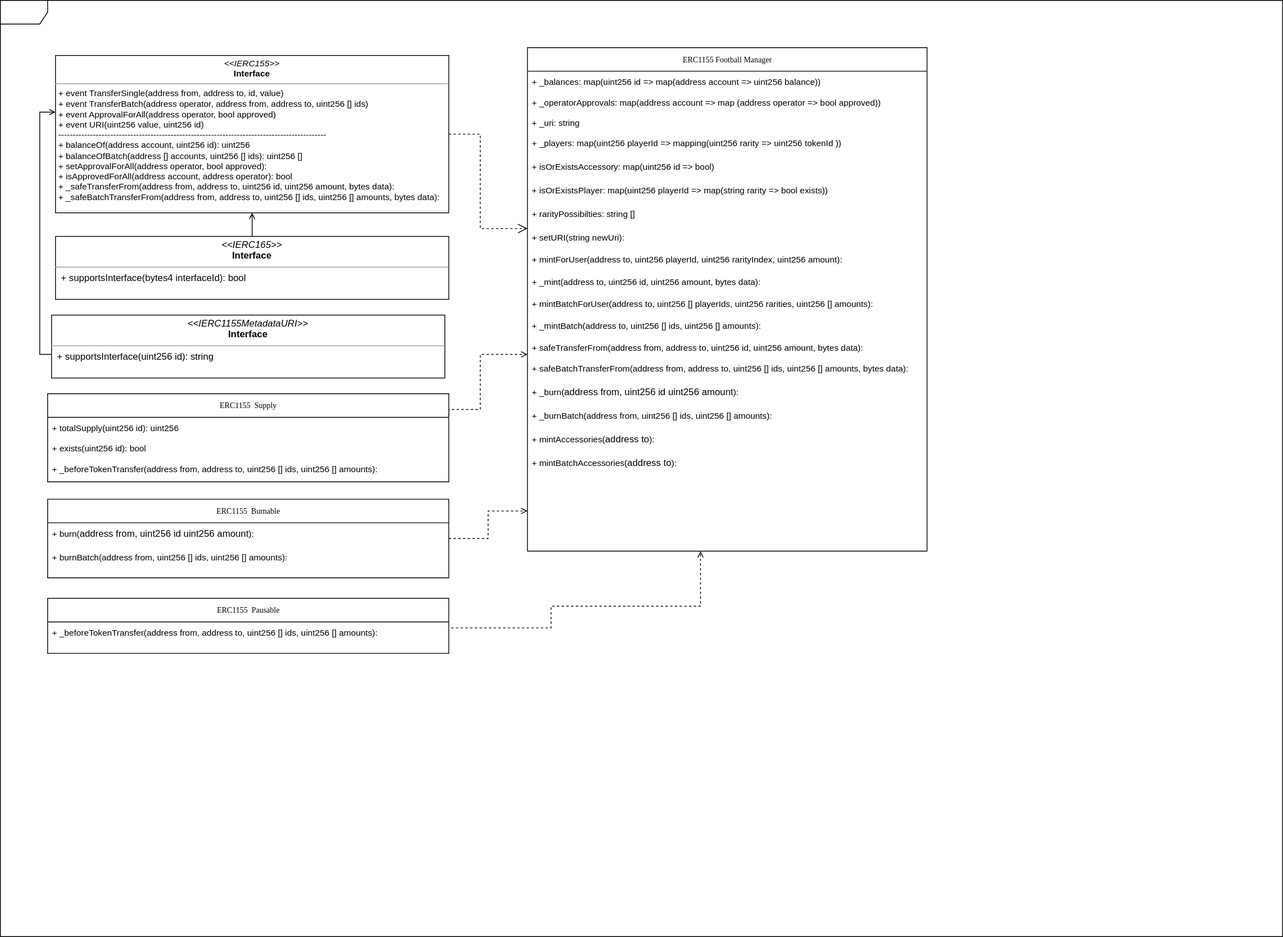
This is diagrams/ERC1155.drawio.svg from RasenGUY/smartDev, a draw.io export, as it was before one commit. Source tidied: cells renumbered, new cells last; positions are measured from the earlier drawing's top-left corner, leaving out a move shared by most shapes.
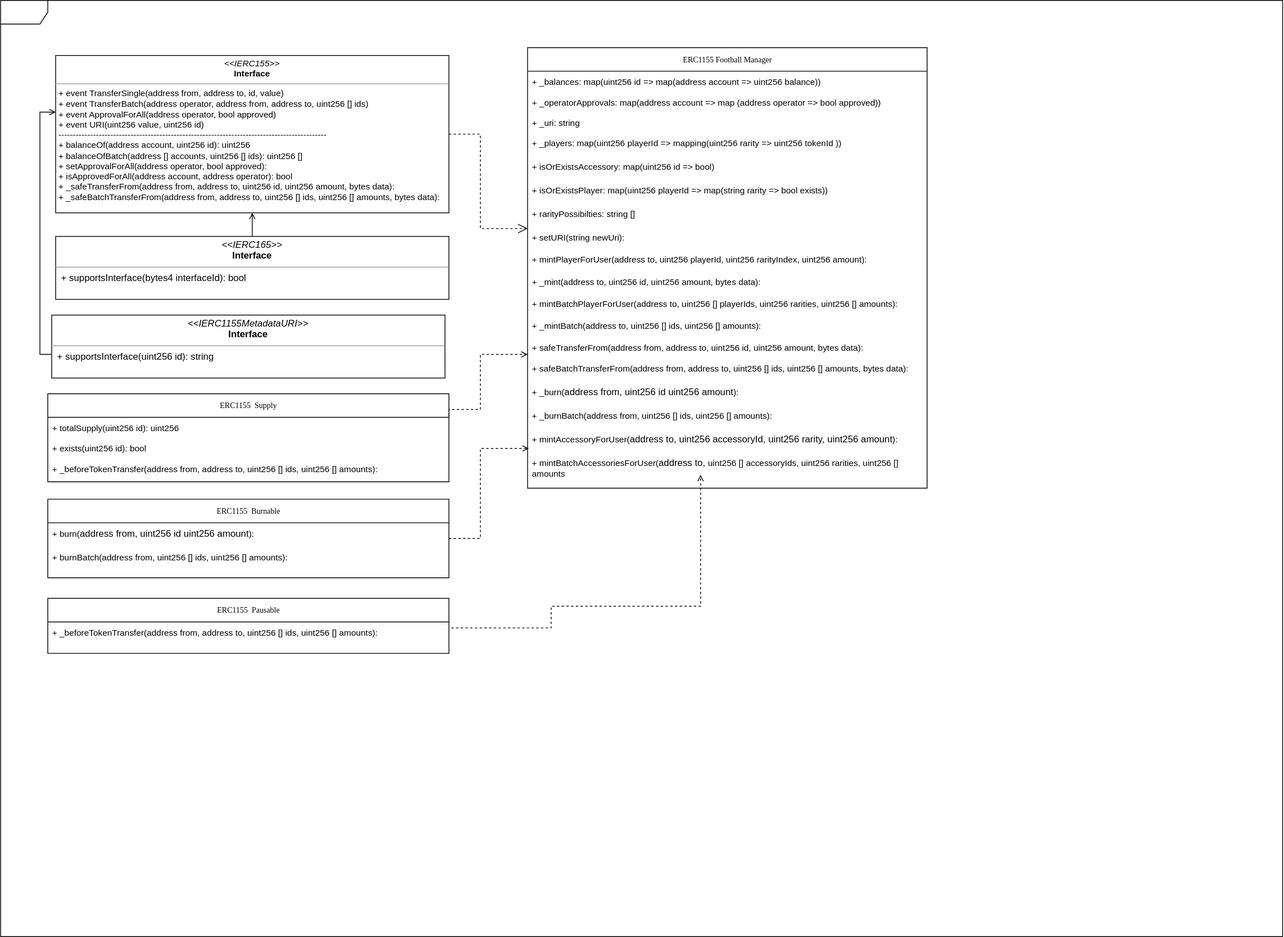
The same file after the commit.

Change to the diagram source:
```diff
@@ -6,7 +6,7 @@
       <mxGeometry width="1630" height="1190" as="geometry" />
     </mxCell>
     <mxCell id="3" value="ERC1155 Football Manager" style="swimlane;html=1;fontStyle=0;horizontal=1;startSize=30;fillColor=none;swimlaneFillColor=#ffffff;rounded=0;shadow=0;comic=0;labelBackgroundColor=none;strokeWidth=1;fontFamily=Verdana;fontSize=10;align=center;" parent="1" vertex="1">
-      <mxGeometry x="670" y="60" width="508" height="640" as="geometry" />
+      <mxGeometry x="670" y="60" width="508" height="560" as="geometry" />
     </mxCell>
     <mxCell id="4" value="&lt;font style=&quot;font-size: 11px&quot;&gt;+ _balances: map(uint256 id =&amp;gt; map(address account =&amp;gt; uint256 balance))&lt;/font&gt;" style="text;html=1;strokeColor=none;fillColor=none;align=left;verticalAlign=top;spacingLeft=4;spacingRight=4;whiteSpace=wrap;overflow=hidden;" parent="3" vertex="1">
       <mxGeometry y="30" width="508" height="26" as="geometry" />
@@ -32,13 +32,13 @@
     <mxCell id="11" value="&lt;font style=&quot;font-size: 11px&quot;&gt;+ setURI(string newUri):&amp;nbsp;&amp;nbsp;&lt;/font&gt;" style="text;html=1;align=left;verticalAlign=top;spacingLeft=4;spacingRight=4;whiteSpace=wrap;overflow=hidden;" parent="3" vertex="1">
       <mxGeometry y="228" width="508" height="28" as="geometry" />
     </mxCell>
-    <mxCell id="12" value="&lt;span style=&quot;font-size: 11px&quot;&gt;+ mintForUser(address to, uint256 playerId, uint256 rarityIndex, uint256 amount):&amp;nbsp;&amp;nbsp;&lt;/span&gt;" style="text;html=1;align=left;verticalAlign=top;spacingLeft=4;spacingRight=4;whiteSpace=wrap;overflow=hidden;" parent="3" vertex="1">
+    <mxCell id="12" value="&lt;span style=&quot;font-size: 11px&quot;&gt;+ mintPlayerForUser(address to, uint256 playerId, uint256 rarityIndex, uint256 amount):&amp;nbsp;&amp;nbsp;&lt;/span&gt;" style="text;html=1;align=left;verticalAlign=top;spacingLeft=4;spacingRight=4;whiteSpace=wrap;overflow=hidden;" parent="3" vertex="1">
       <mxGeometry y="256" width="508" height="28" as="geometry" />
     </mxCell>
     <mxCell id="13" value="&lt;span style=&quot;font-size: 11px&quot;&gt;+ _mint(address to, uint256 id, uint256 amount, bytes data):&amp;nbsp;&amp;nbsp;&lt;/span&gt;" style="text;html=1;align=left;verticalAlign=top;spacingLeft=4;spacingRight=4;whiteSpace=wrap;overflow=hidden;" parent="3" vertex="1">
       <mxGeometry y="284" width="508" height="28" as="geometry" />
     </mxCell>
-    <mxCell id="14" value="&lt;font style=&quot;font-size: 11px&quot;&gt;+ mintBatchForUser(address to, uint256 [] playerIds, uint256 rarities, uint256 [] amounts):&amp;nbsp;&amp;nbsp;&lt;/font&gt;" style="text;html=1;strokeColor=none;fillColor=none;align=left;verticalAlign=top;spacingLeft=4;spacingRight=4;whiteSpace=wrap;overflow=hidden;" parent="3" vertex="1">
+    <mxCell id="14" value="&lt;font style=&quot;font-size: 11px&quot;&gt;+ mintBatchPlayerForUser(address to, uint256 [] playerIds, uint256 rarities, uint256 [] amounts):&amp;nbsp;&amp;nbsp;&lt;/font&gt;" style="text;html=1;strokeColor=none;fillColor=none;align=left;verticalAlign=top;spacingLeft=4;spacingRight=4;whiteSpace=wrap;overflow=hidden;" parent="3" vertex="1">
       <mxGeometry y="312" width="508" height="28" as="geometry" />
     </mxCell>
     <mxCell id="15" value="&lt;font style=&quot;font-size: 11px&quot;&gt;+ _mintBatch(address to, uint256 [] ids, uint256 [] amounts):&amp;nbsp;&amp;nbsp;&lt;/font&gt;" style="text;html=1;strokeColor=none;fillColor=none;align=left;verticalAlign=top;spacingLeft=4;spacingRight=4;whiteSpace=wrap;overflow=hidden;" parent="3" vertex="1">
@@ -56,10 +56,10 @@
     <mxCell id="19" value="&lt;span style=&quot;font-family: &amp;#34;helvetica&amp;#34; ; font-size: 11px&quot;&gt;+ _burnBatch(address from, uint256 [] ids, uint256 [] amounts):&lt;/span&gt;" style="text;html=1;strokeColor=none;fillColor=none;align=left;verticalAlign=top;spacingLeft=4;spacingRight=4;whiteSpace=wrap;overflow=hidden;" parent="3" vertex="1">
       <mxGeometry y="454" width="508" height="30" as="geometry" />
     </mxCell>
-    <mxCell id="20" value="&lt;span style=&quot;font-family: &amp;#34;helvetica&amp;#34; ; font-size: 11px&quot;&gt;+ mintAccessories(&lt;/span&gt;&lt;span&gt;address to&lt;/span&gt;&lt;span style=&quot;font-family: &amp;#34;helvetica&amp;#34; ; font-size: 11px&quot;&gt;):&lt;/span&gt;" style="text;html=1;strokeColor=none;fillColor=none;align=left;verticalAlign=top;spacingLeft=4;spacingRight=4;whiteSpace=wrap;overflow=hidden;points=[[0,0.5],[1,0.5]];portConstraint=eastwest;" parent="3" vertex="1">
+    <mxCell id="20" value="&lt;span style=&quot;font-family: &amp;#34;helvetica&amp;#34; ; font-size: 11px&quot;&gt;+ mintAccessoryForUser(&lt;/span&gt;&lt;span&gt;address to, uint256 accessoryId, uint256 rarity, uint256 amount&lt;/span&gt;&lt;span style=&quot;font-family: &amp;#34;helvetica&amp;#34; ; font-size: 11px&quot;&gt;):&lt;/span&gt;" style="text;html=1;strokeColor=none;fillColor=none;align=left;verticalAlign=top;spacingLeft=4;spacingRight=4;whiteSpace=wrap;overflow=hidden;points=[[0,0.5],[1,0.5]];portConstraint=eastwest;" parent="3" vertex="1">
       <mxGeometry y="484" width="508" height="30" as="geometry" />
     </mxCell>
-    <mxCell id="21" value="&lt;span style=&quot;font-family: &amp;#34;helvetica&amp;#34; ; font-size: 11px&quot;&gt;+ mintBatchAccessories(&lt;/span&gt;&lt;span&gt;address to&lt;/span&gt;&lt;span style=&quot;font-family: &amp;#34;helvetica&amp;#34; ; font-size: 11px&quot;&gt;):&lt;/span&gt;" style="text;html=1;strokeColor=none;fillColor=none;align=left;verticalAlign=top;spacingLeft=4;spacingRight=4;whiteSpace=wrap;overflow=hidden;points=[[0,0.5],[1,0.5]];portConstraint=eastwest;" parent="3" vertex="1">
+    <mxCell id="21" value="&lt;span style=&quot;font-family: &amp;#34;helvetica&amp;#34; ; font-size: 11px&quot;&gt;+ mintBatchAccessoriesForUser(&lt;/span&gt;&lt;span&gt;address to,&amp;nbsp;&lt;/span&gt;&lt;span style=&quot;font-size: 11px&quot;&gt;uint256 [] accessoryIds, uint256 rarities, uint256 [] amounts&lt;/span&gt;&lt;span&gt;&lt;br&gt;&lt;/span&gt;&lt;span style=&quot;font-family: &amp;#34;helvetica&amp;#34; ; font-size: 11px&quot;&gt;):&lt;/span&gt;" style="text;html=1;strokeColor=none;fillColor=none;align=left;verticalAlign=top;spacingLeft=4;spacingRight=4;whiteSpace=wrap;overflow=hidden;points=[[0,0.5],[1,0.5]];portConstraint=eastwest;" parent="3" vertex="1">
       <mxGeometry y="514" width="508" height="30" as="geometry" />
     </mxCell>
     <mxCell id="22" style="edgeStyle=orthogonalEdgeStyle;rounded=0;html=1;labelBackgroundColor=none;startFill=0;endArrow=open;endFill=0;endSize=10;fontFamily=Verdana;fontSize=10;dashed=1;" parent="1" edge="1" source="23" target="3">
@@ -102,9 +102,12 @@
     <mxCell id="31" value="&lt;span style=&quot;font-family: &amp;#34;helvetica&amp;#34; ; font-size: 11px&quot;&gt;+ _beforeTokenTransfer(address from, address to, uint256 [] ids, uint256 [] amounts):&lt;/span&gt;" style="text;html=1;strokeColor=none;fillColor=none;align=left;verticalAlign=top;spacingLeft=4;spacingRight=4;whiteSpace=wrap;overflow=hidden;" parent="28" vertex="1">
       <mxGeometry y="82" width="510" height="30" as="geometry" />
     </mxCell>
-    <mxCell id="32" style="edgeStyle=orthogonalEdgeStyle;rounded=0;jettySize=auto;html=1;entryX=0;entryY=0.5;entryDx=0;entryDy=0;dashed=1;endArrow=open;endFill=0;" parent="1" edge="1" source="33">
+    <mxCell id="32" style="edgeStyle=orthogonalEdgeStyle;rounded=0;jettySize=auto;html=1;entryX=0.003;entryY=0.85;entryDx=0;entryDy=0;dashed=1;endArrow=open;endFill=0;entryPerimeter=0;" parent="1" edge="1" source="33" target="20">
       <mxGeometry relative="1" as="geometry">
-        <mxPoint x="670" y="649" as="targetPoint" />
+        <Array as="points">
+          <mxPoint x="610" y="684" />
+          <mxPoint x="610" y="570" />
+        </Array>
       </mxGeometry>
     </mxCell>
     <mxCell id="33" value="ERC1155&amp;nbsp; Burnable" style="swimlane;html=1;fontStyle=0;horizontal=1;startSize=30;fillColor=none;swimlaneFillColor=#ffffff;rounded=0;shadow=0;comic=0;labelBackgroundColor=none;strokeWidth=1;fontFamily=Verdana;fontSize=10;align=center;" parent="1" vertex="1">
@@ -116,13 +119,13 @@
     <mxCell id="35" value="&lt;span style=&quot;font-family: &amp;#34;helvetica&amp;#34; ; font-size: 11px&quot;&gt;+ burnBatch(address from, uint256 [] ids, uint256 [] amounts):&lt;/span&gt;" style="text;html=1;strokeColor=none;fillColor=none;align=left;verticalAlign=top;spacingLeft=4;spacingRight=4;whiteSpace=wrap;overflow=hidden;" parent="33" vertex="1">
       <mxGeometry y="60" width="510" height="30" as="geometry" />
     </mxCell>
-    <mxCell id="36" style="edgeStyle=orthogonalEdgeStyle;rounded=0;jettySize=auto;html=1;dashed=1;endArrow=open;endFill=0;exitX=1.006;exitY=0.255;exitDx=0;exitDy=0;exitPerimeter=0;" parent="1" edge="1" source="38">
+    <mxCell id="36" style="edgeStyle=orthogonalEdgeStyle;rounded=0;jettySize=auto;html=1;dashed=1;endArrow=open;endFill=0;exitX=1.006;exitY=0.255;exitDx=0;exitDy=0;exitPerimeter=0;entryX=0.435;entryY=0.968;entryDx=0;entryDy=0;entryPerimeter=0;" parent="1" edge="1" source="38" target="21">
       <mxGeometry relative="1" as="geometry">
-        <mxPoint x="890" y="700" as="targetPoint" />
         <Array as="points">
           <mxPoint x="700" y="798" />
           <mxPoint x="700" y="770" />
           <mxPoint x="890" y="770" />
+          <mxPoint x="890" y="603" />
         </Array>
       </mxGeometry>
     </mxCell>
```
